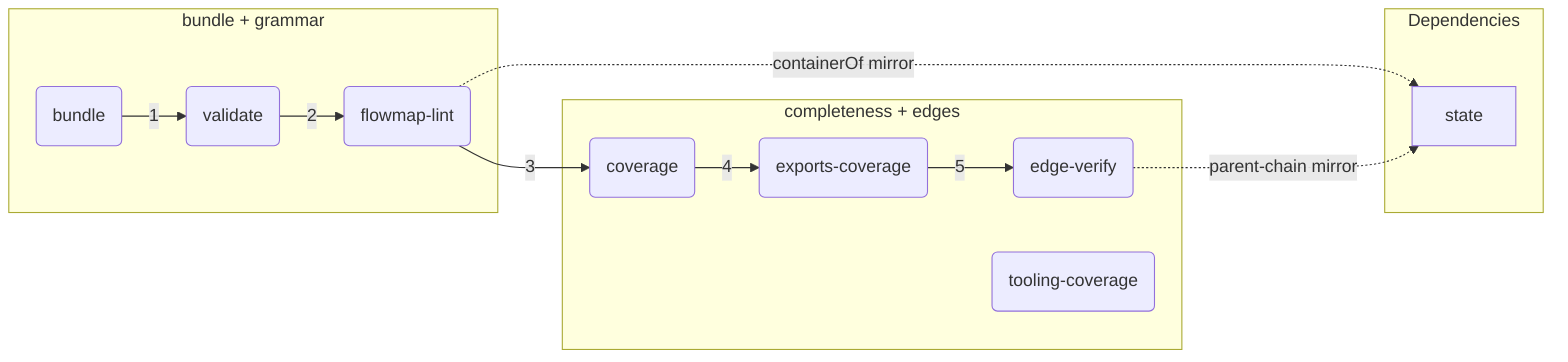
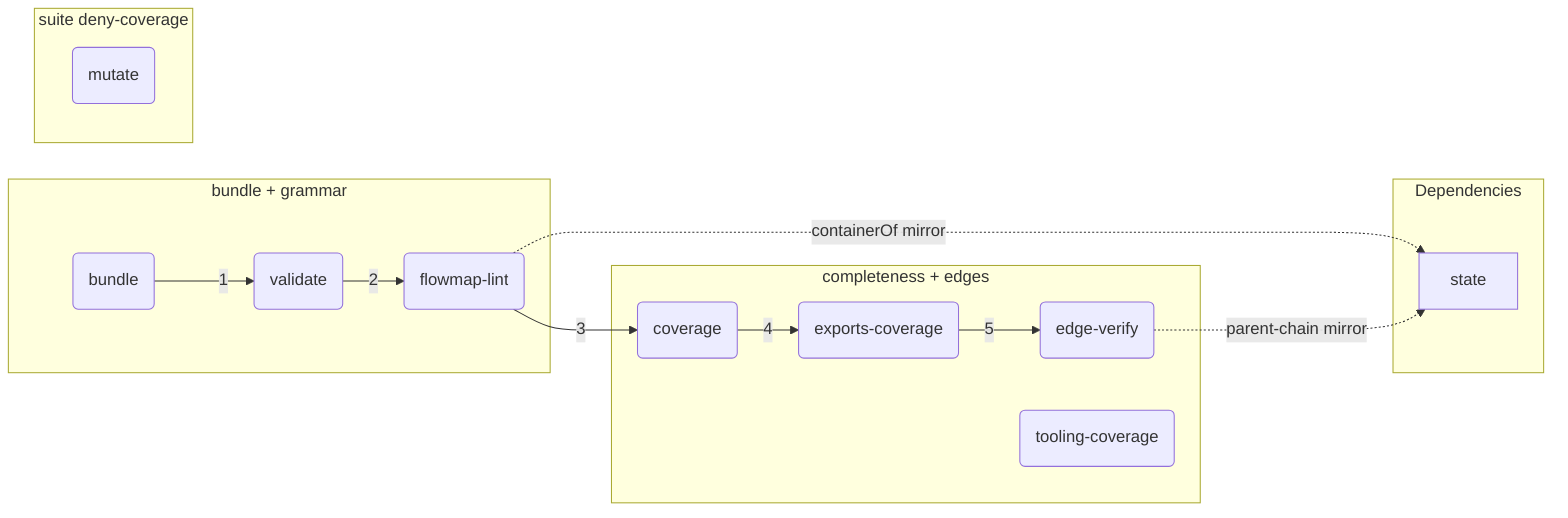
flowchart LR
%% root flowmapIntegrity

%% src bundle tools/flowmap/bundle.mjs
%% kind bundle service
%% fm:meta bundle name=bundle
%% fm:meta bundle desc=merge root plus every fragment into one bundle namespacing private ids

%% src validate tools/flowmap/validate.mjs
%% kind validate service
%% fm:meta validate name=validate
%% fm:meta validate desc=grammar gate one header unique ids every reference resolves one kind per node

%% src lint tools/flowmap/flowmap-lint.mjs#lint
%% kind lint service
%% fm:meta lint name=flowmap-lint
%% fm:meta lint desc=architecture altitude gate fail on flat file-mirror or unsectioned loose bag

%% src coverage tools/flowmap/coverage.mjs
%% kind coverage service
%% fm:meta coverage name=coverage
%% fm:meta coverage desc=file completeness guard every source file is represented or has a fragment

%% src exports tools/flowmap/exports-coverage.mjs
%% kind exports service
%% fm:meta exports name=exports-coverage
%% fm:meta exports desc=symbol completeness guard every exported symbol is a node or audited entry

%% src edges tools/flowmap/edge-verify.mjs#verifyEdges
%% kind edges service
%% fm:meta edges name=edge-verify
%% fm:meta edges desc=edge integrity guard every edge is import backed intra file or audited advisory

%% src toolingCoverage tools/flowmap/tooling-coverage.mjs
%% kind toolingCoverage service
%% fm:meta toolingCoverage name=tooling-coverage
%% fm:meta toolingCoverage desc=completeness plus symbol truth guard for the tooling map itself

+ %% src mutate tools/flowmap/mutate.mjs
+ %% kind mutate service
+ %% fm:meta mutate name=mutate
+ %% fm:meta mutate desc=mutation harness apply corpus defects in isolated HEAD worktrees and assert the suite reacts as the corpus expects
+ 
%% parent in_build flowmapIntegrity
%% parent in_complete flowmapIntegrity
+ %% parent in_suite flowmapIntegrity

  subgraph in_build ["bundle + grammar"]
    bundle("bundle")
    validate("validate")
    lint("flowmap-lint")
  end

  subgraph in_complete ["completeness + edges"]
    coverage("coverage")
    exports("exports-coverage")
    edges("edge-verify")
    toolingCoverage("tooling-coverage")
  end

+   subgraph in_suite ["suite deny-coverage"]
+     mutate("mutate")
+   end
+ 
  subgraph Deps ["Dependencies"]
    state["state"]
  end

  bundle -->|1| validate
  validate -->|2| lint
  lint -->|3| coverage
  coverage -->|4| exports
  exports -->|5| edges
  lint -.->|containerOf mirror| state
  edges -.->|parent-chain mirror| state
